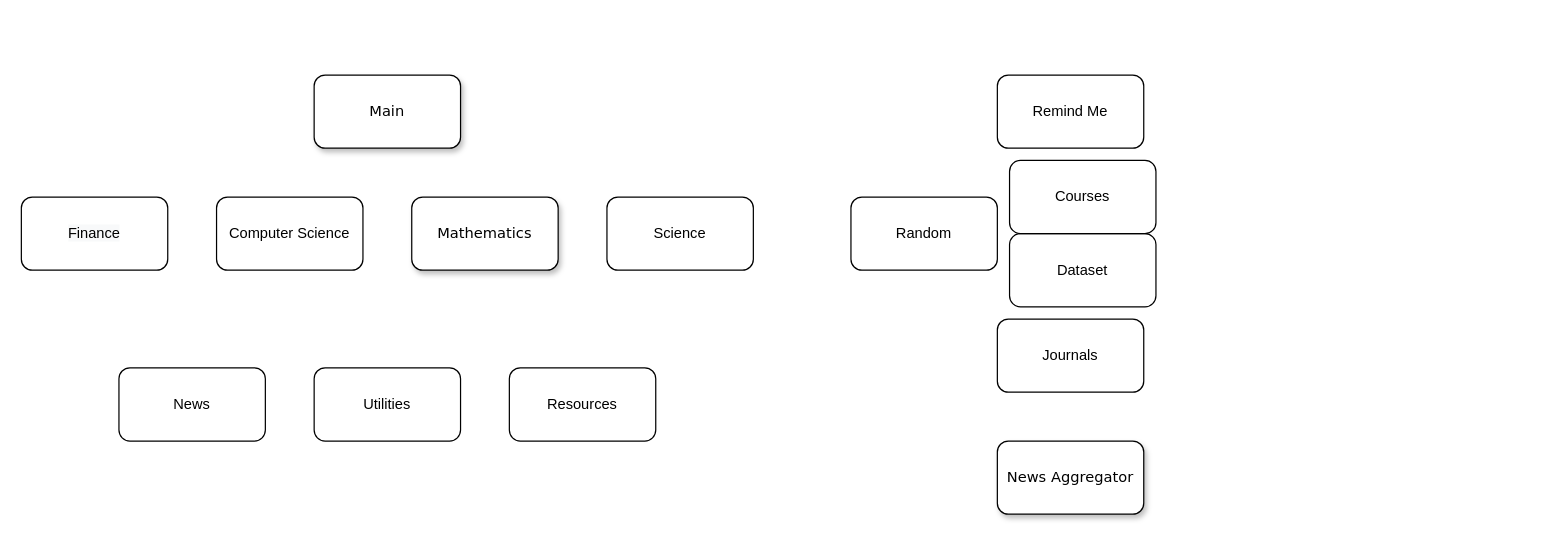
The draw.io diagram draw.drawio in Scavix/Scavix.github.io, before the edit. Source tidied: cells renumbered, new cells numbered last; positions are measured from the earlier drawing's top-left corner, leaving out a move shared by most shapes. Both pictures are drawn from the tidied source at 122%, with x=0, y=0 at pixel (21, 74).
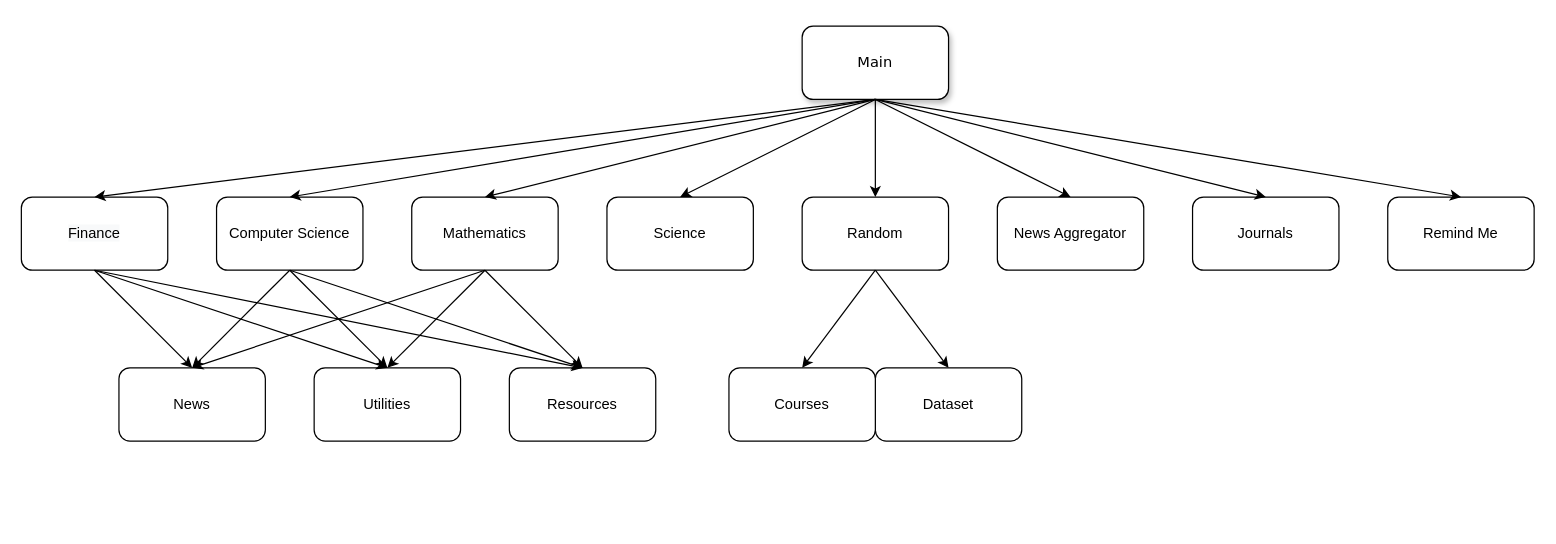
The same diagram, later.

The change refers to these unchanged cells:
```xml
<mxCell id="5" value="Science" style="rounded=1;whiteSpace=wrap;html=1;" parent="1" vertex="1">
  <mxGeometry x="480" y="100" width="120" height="60" as="geometry" />
</mxCell>
<mxCell id="6" value="Computer Science" style="rounded=1;whiteSpace=wrap;html=1;" parent="1" vertex="1">
  <mxGeometry x="160" y="100" width="120" height="60" as="geometry" />
</mxCell>
<mxCell id="9" value="&#10;&#10;&lt;span style=&quot;color: rgb(0, 0, 0); font-family: helvetica; font-size: 12px; font-style: normal; font-weight: 400; letter-spacing: normal; text-align: center; text-indent: 0px; text-transform: none; word-spacing: 0px; background-color: rgb(248, 249, 250); display: inline; float: none;&quot;&gt;Finance&lt;/span&gt;&#10;&#10;" style="rounded=1;whiteSpace=wrap;html=1;" parent="1" vertex="1">
  <mxGeometry y="100" width="120" height="60" as="geometry" />
</mxCell>
<mxCell id="13" value="Resources" style="rounded=1;whiteSpace=wrap;html=1;" parent="1" vertex="1">
  <mxGeometry x="400" y="240" width="120" height="60" as="geometry" />
</mxCell>
<mxCell id="14" value="News" style="rounded=1;whiteSpace=wrap;html=1;" parent="1" vertex="1">
  <mxGeometry x="80" y="240" width="120" height="60" as="geometry" />
</mxCell>
<mxCell id="15" value="Utilities" style="rounded=1;whiteSpace=wrap;html=1;" parent="1" vertex="1">
  <mxGeometry x="240" y="240" width="120" height="60" as="geometry" />
</mxCell>
```

Diff of the diagram source:
```diff
@@
     <mxCell id="2" value="Main" style="whiteSpace=wrap;html=1;rounded=1;shadow=1;labelBackgroundColor=none;strokeWidth=1;fontFamily=Verdana;fontSize=12;align=center;" parent="1" vertex="1">
-      <mxGeometry x="240" width="120" height="60" as="geometry" />
+      <mxGeometry x="640" y="-40" width="120" height="60" as="geometry" />
     </mxCell>
-    <mxCell id="3" value="&lt;span&gt;News Aggregator&lt;/span&gt;" style="whiteSpace=wrap;html=1;rounded=1;shadow=1;labelBackgroundColor=none;strokeWidth=1;fontFamily=Verdana;fontSize=12;align=center;" parent="1" vertex="1">
-      <mxGeometry x="800" y="300" width="120" height="60" as="geometry" />
-    </mxCell>
-    <mxCell id="4" value="&lt;span&gt;Mathematics&lt;/span&gt;" style="whiteSpace=wrap;html=1;rounded=1;shadow=1;labelBackgroundColor=none;strokeWidth=1;fontFamily=Verdana;fontSize=12;align=center;" parent="1" vertex="1">
-      <mxGeometry x="320" y="100" width="120" height="60" as="geometry" />
-    </mxCell>
@@
     <mxCell id="7" value="Remind Me" style="rounded=1;whiteSpace=wrap;html=1;" parent="1" vertex="1">
-      <mxGeometry x="800" width="120" height="60" as="geometry" />
+      <mxGeometry x="1120" y="100" width="120" height="60" as="geometry" />
     </mxCell>
     <mxCell id="8" value="Journals" style="rounded=1;whiteSpace=wrap;html=1;" parent="1" vertex="1">
-      <mxGeometry x="800" y="200" width="120" height="60" as="geometry" />
+      <mxGeometry x="960" y="100" width="120" height="60" as="geometry" />
     </mxCell>
@@
     <mxCell id="10" value="Random" style="rounded=1;whiteSpace=wrap;html=1;" parent="1" vertex="1">
-      <mxGeometry x="680" y="100" width="120" height="60" as="geometry" />
+      <mxGeometry x="640" y="100" width="120" height="60" as="geometry" />
     </mxCell>
     <mxCell id="11" value="Dataset" style="rounded=1;whiteSpace=wrap;html=1;" parent="1" vertex="1">
-      <mxGeometry x="810" y="130" width="120" height="60" as="geometry" />
+      <mxGeometry x="700" y="240" width="120" height="60" as="geometry" />
     </mxCell>
     <mxCell id="12" value="Courses" style="rounded=1;whiteSpace=wrap;html=1;" parent="1" vertex="1">
-      <mxGeometry x="810" y="70" width="120" height="60" as="geometry" />
+      <mxGeometry x="580" y="240" width="120" height="60" as="geometry" />
     </mxCell>
@@
+    <mxCell id="3" value="News Aggregator" style="rounded=1;whiteSpace=wrap;html=1;" parent="1" vertex="1">
+      <mxGeometry x="800" y="100" width="120" height="60" as="geometry" />
+    </mxCell>
+    <mxCell id="4" value="Mathematics" style="rounded=1;whiteSpace=wrap;html=1;" parent="1" vertex="1">
+      <mxGeometry x="320" y="100" width="120" height="60" as="geometry" />
+    </mxCell>
+    <mxCell id="16" style="endArrow=classic;html=1;exitX=0.5;exitY=1;exitDx=0;exitDy=0;entryX=0.5;entryY=0;entryDx=0;entryDy=0;" parent="1" edge="1" source="2" target="9">
+      <mxGeometry relative="1" as="geometry" />
+    </mxCell>
+    <mxCell id="17" style="endArrow=classic;html=1;exitX=0.5;exitY=1;exitDx=0;exitDy=0;" parent="1" edge="1" source="2">
+      <mxGeometry relative="1" as="geometry">
+        <mxPoint x="220" y="100" as="targetPoint" />
+      </mxGeometry>
+    </mxCell>
+    <mxCell id="18" style="endArrow=classic;html=1;entryX=0.5;entryY=0;entryDx=0;entryDy=0;exitX=0.5;exitY=1;exitDx=0;exitDy=0;" parent="1" edge="1" source="2" target="4">
+      <mxGeometry relative="1" as="geometry" />
+    </mxCell>
+    <mxCell id="19" style="endArrow=classic;html=1;entryX=0.5;entryY=0;entryDx=0;entryDy=0;exitX=0.5;exitY=1;exitDx=0;exitDy=0;" parent="1" edge="1" source="2" target="5">
+      <mxGeometry relative="1" as="geometry" />
+    </mxCell>
+    <mxCell id="20" style="endArrow=classic;html=1;exitX=0.5;exitY=1;exitDx=0;exitDy=0;entryX=0.5;entryY=0;entryDx=0;entryDy=0;" parent="1" edge="1" source="2" target="10">
+      <mxGeometry relative="1" as="geometry" />
+    </mxCell>
+    <mxCell id="21" style="endArrow=classic;html=1;exitX=0.5;exitY=1;exitDx=0;exitDy=0;entryX=0.5;entryY=0;entryDx=0;entryDy=0;" parent="1" edge="1" source="10" target="12">
+      <mxGeometry relative="1" as="geometry" />
+    </mxCell>
+    <mxCell id="22" style="endArrow=classic;html=1;exitX=0.5;exitY=1;exitDx=0;exitDy=0;entryX=0.5;entryY=0;entryDx=0;entryDy=0;" parent="1" edge="1" source="10" target="11">
+      <mxGeometry relative="1" as="geometry" />
+    </mxCell>
+    <mxCell id="23" style="endArrow=classic;html=1;exitX=0.5;exitY=1;exitDx=0;exitDy=0;entryX=0.5;entryY=0;entryDx=0;entryDy=0;" parent="1" edge="1" source="2" target="7">
+      <mxGeometry relative="1" as="geometry" />
+    </mxCell>
+    <mxCell id="24" style="endArrow=classic;html=1;entryX=0.5;entryY=0;entryDx=0;entryDy=0;" parent="1" edge="1" target="8">
+      <mxGeometry relative="1" as="geometry">
+        <mxPoint x="700" y="20" as="sourcePoint" />
+      </mxGeometry>
+    </mxCell>
+    <mxCell id="25" style="endArrow=classic;html=1;entryX=0.5;entryY=0;entryDx=0;entryDy=0;" parent="1" edge="1" target="3">
+      <mxGeometry relative="1" as="geometry">
+        <mxPoint x="700" y="20" as="sourcePoint" />
+      </mxGeometry>
+    </mxCell>
+    <mxCell id="26" style="endArrow=classic;html=1;entryX=0.5;entryY=0;entryDx=0;entryDy=0;" parent="1" edge="1" target="14">
+      <mxGeometry relative="1" as="geometry">
+        <mxPoint x="60" y="160" as="sourcePoint" />
+      </mxGeometry>
+    </mxCell>
+    <mxCell id="27" style="endArrow=classic;html=1;exitX=0.5;exitY=1;exitDx=0;exitDy=0;entryX=0.5;entryY=0;entryDx=0;entryDy=0;" parent="1" edge="1" source="9" target="15">
+      <mxGeometry relative="1" as="geometry" />
+    </mxCell>
+    <mxCell id="28" style="endArrow=classic;html=1;exitX=0.5;exitY=1;exitDx=0;exitDy=0;entryX=0.5;entryY=0;entryDx=0;entryDy=0;" parent="1" edge="1" source="9" target="13">
+      <mxGeometry relative="1" as="geometry" />
+    </mxCell>
+    <mxCell id="29" style="endArrow=classic;html=1;exitX=0.5;exitY=1;exitDx=0;exitDy=0;entryX=0.5;entryY=0;entryDx=0;entryDy=0;" parent="1" edge="1" source="4" target="14">
+      <mxGeometry relative="1" as="geometry" />
+    </mxCell>
+    <mxCell id="30" style="endArrow=classic;html=1;exitX=0.5;exitY=1;exitDx=0;exitDy=0;entryX=0.5;entryY=0;entryDx=0;entryDy=0;" parent="1" edge="1" source="4" target="15">
+      <mxGeometry relative="1" as="geometry" />
+    </mxCell>
+    <mxCell id="31" style="endArrow=classic;html=1;exitX=0.5;exitY=1;exitDx=0;exitDy=0;entryX=0.5;entryY=0;entryDx=0;entryDy=0;" parent="1" edge="1" source="4" target="13">
+      <mxGeometry relative="1" as="geometry" />
+    </mxCell>
+    <mxCell id="32" style="endArrow=classic;html=1;exitX=0.5;exitY=1;exitDx=0;exitDy=0;entryX=0.5;entryY=0;entryDx=0;entryDy=0;" parent="1" edge="1" source="6" target="14">
+      <mxGeometry relative="1" as="geometry" />
+    </mxCell>
+    <mxCell id="33" style="endArrow=classic;html=1;exitX=0.5;exitY=1;exitDx=0;exitDy=0;entryX=0.5;entryY=0;entryDx=0;entryDy=0;" parent="1" edge="1" source="6" target="15">
+      <mxGeometry relative="1" as="geometry" />
+    </mxCell>
+    <mxCell id="34" style="endArrow=classic;html=1;exitX=0.5;exitY=1;exitDx=0;exitDy=0;entryX=0.5;entryY=0;entryDx=0;entryDy=0;" parent="1" edge="1" source="6" target="13">
+      <mxGeometry relative="1" as="geometry" />
+    </mxCell>
```
